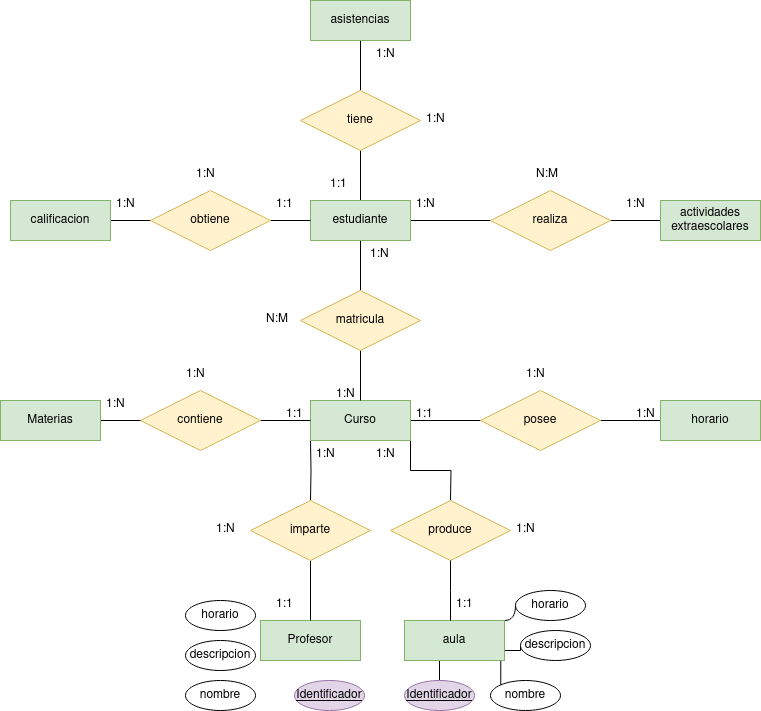
This is Unidad-1/Tareas/Tarea-8/tarea8.drawio.png from jdrguez/2-Daw, a draw.io export, as it was before one commit. Source tidied: cells renumbered, new cells last; positions are measured from the earlier drawing's top-left corner, leaving out a move shared by most shapes.
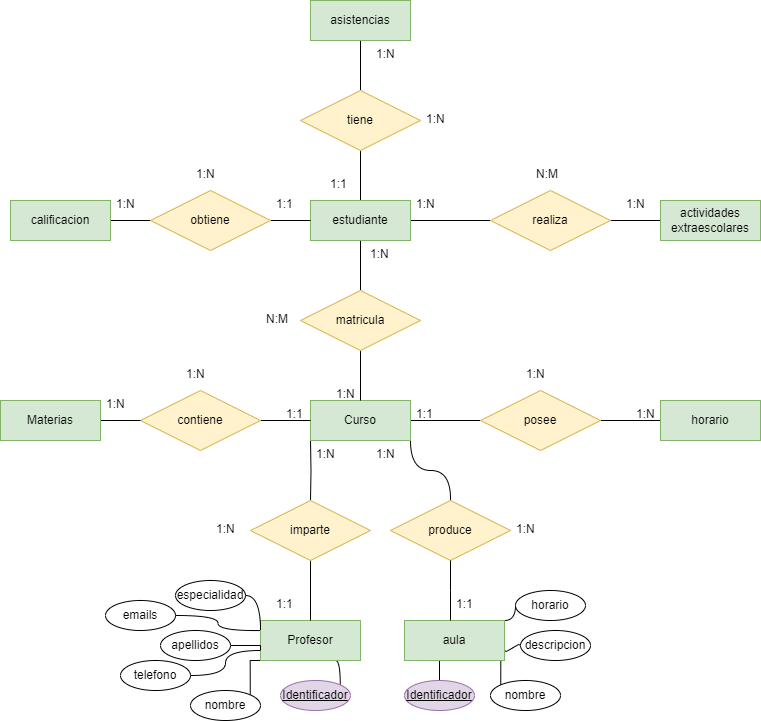
Above is the later version.

What changed in the source:
```diff
@@ -10,7 +10,7 @@
         <mxPoint x="310" y="440" as="sourcePoint" />
       </mxGeometry>
     </mxCell>
-    <mxCell id="4" style="edgeStyle=orthogonalEdgeStyle;rounded=0;jettySize=auto;html=1;exitX=1;exitY=1;exitDx=0;exitDy=0;endArrow=none;endFill=0;" parent="1" edge="1" source="5">
+    <mxCell id="4" style="edgeStyle=orthogonalEdgeStyle;rounded=0;jettySize=auto;html=1;exitX=1;exitY=1;exitDx=0;exitDy=0;endArrow=none;endFill=0;curved=1;" parent="1" edge="1" source="5">
       <mxGeometry relative="1" as="geometry">
         <mxPoint x="450" y="500" as="targetPoint" />
       </mxGeometry>
@@ -36,6 +36,12 @@
     <mxCell id="11" value="matricula" style="shape=rhombus;perimeter=rhombusPerimeter;whiteSpace=wrap;html=1;align=center;fillColor=#fff2cc;strokeColor=#d6b656;" parent="1" vertex="1">
       <mxGeometry x="300" y="290" width="120" height="60" as="geometry" />
     </mxCell>
+    <mxCell id="71" style="edgeStyle=orthogonalEdgeStyle;rounded=0;jettySize=auto;html=1;exitX=0.75;exitY=1;exitDx=0;exitDy=0;entryX=1;entryY=0;entryDx=0;entryDy=0;endArrow=none;endFill=0;curved=1;" parent="1" edge="1" source="12" target="67">
+      <mxGeometry relative="1" as="geometry" />
+    </mxCell>
+    <mxCell id="72" style="edgeStyle=orthogonalEdgeStyle;rounded=0;jettySize=auto;html=1;exitX=0;exitY=1;exitDx=0;exitDy=0;entryX=1;entryY=0;entryDx=0;entryDy=0;endArrow=none;endFill=0;" parent="1" edge="1" source="12" target="68">
+      <mxGeometry relative="1" as="geometry" />
+    </mxCell>
     <mxCell id="12" value="Profesor" style="whiteSpace=wrap;html=1;align=center;fillColor=#d5e8d4;strokeColor=#82b366;" parent="1" vertex="1">
       <mxGeometry x="260" y="620" width="100" height="40" as="geometry" />
     </mxCell>
@@ -93,7 +99,7 @@
     <mxCell id="30" style="edgeStyle=orthogonalEdgeStyle;rounded=0;jettySize=auto;html=1;exitX=1;exitY=1;exitDx=0;exitDy=0;entryX=0;entryY=0;entryDx=0;entryDy=0;endArrow=none;endFill=0;" parent="1" edge="1" source="33" target="64">
       <mxGeometry relative="1" as="geometry" />
     </mxCell>
-    <mxCell id="31" style="edgeStyle=orthogonalEdgeStyle;rounded=0;jettySize=auto;html=1;exitX=1;exitY=0.75;exitDx=0;exitDy=0;entryX=0;entryY=0.5;entryDx=0;entryDy=0;endArrow=none;endFill=0;" parent="1" edge="1" source="33" target="65">
+    <mxCell id="31" style="edgeStyle=isometricEdgeStyle;rounded=0;jettySize=auto;html=1;exitX=1;exitY=0.75;exitDx=0;exitDy=0;entryX=0;entryY=0.5;entryDx=0;entryDy=0;endArrow=none;endFill=0;elbow=vertical;" parent="1" edge="1" source="33" target="65">
       <mxGeometry relative="1" as="geometry" />
     </mxCell>
     <mxCell id="32" style="edgeStyle=orthogonalEdgeStyle;rounded=0;jettySize=auto;html=1;exitX=1;exitY=0;exitDx=0;exitDy=0;entryX=0;entryY=0.5;entryDx=0;entryDy=0;endArrow=none;endFill=0;curved=1;" parent="1" edge="1" source="33" target="66">
@@ -204,16 +210,36 @@
       <mxGeometry x="515" y="590" width="70" height="30" as="geometry" />
     </mxCell>
     <mxCell id="67" value="&lt;u&gt;Identificador&lt;/u&gt;" style="ellipse;whiteSpace=wrap;html=1;align=center;fillColor=#e1d5e7;strokeColor=#9673a6;" parent="1" vertex="1">
-      <mxGeometry x="294" y="680" width="70" height="30" as="geometry" />
+      <mxGeometry x="280" y="680" width="70" height="30" as="geometry" />
     </mxCell>
     <mxCell id="68" value="nombre" style="ellipse;whiteSpace=wrap;html=1;align=center;" parent="1" vertex="1">
-      <mxGeometry x="185" y="680" width="70" height="30" as="geometry" />
+      <mxGeometry x="190" y="690" width="70" height="30" as="geometry" />
     </mxCell>
+    <mxCell id="73" style="edgeStyle=orthogonalEdgeStyle;rounded=0;jettySize=auto;html=1;exitX=1;exitY=0.5;exitDx=0;exitDy=0;entryX=0;entryY=0.75;entryDx=0;entryDy=0;endArrow=none;endFill=0;" parent="1" edge="1" source="69" target="12">
+      <mxGeometry relative="1" as="geometry" />
+    </mxCell>
-    <mxCell id="69" value="descripcion" style="ellipse;whiteSpace=wrap;html=1;align=center;" parent="1" vertex="1">
-      <mxGeometry x="185" y="640" width="70" height="30" as="geometry" />
+    <mxCell id="69" value="apellidos" style="ellipse;whiteSpace=wrap;html=1;align=center;" parent="1" vertex="1">
+      <mxGeometry x="160" y="630" width="70" height="30" as="geometry" />
     </mxCell>
+    <mxCell id="74" style="edgeStyle=orthogonalEdgeStyle;rounded=0;jettySize=auto;html=1;exitX=1;exitY=0.5;exitDx=0;exitDy=0;entryX=0;entryY=0.25;entryDx=0;entryDy=0;endArrow=none;endFill=0;curved=1;" parent="1" edge="1" source="70" target="12">
+      <mxGeometry relative="1" as="geometry" />
+    </mxCell>
-    <mxCell id="70" value="horario" style="ellipse;whiteSpace=wrap;html=1;align=center;" parent="1" vertex="1">
-      <mxGeometry x="185" y="600" width="70" height="30" as="geometry" />
+    <mxCell id="70" value="especialidad" style="ellipse;whiteSpace=wrap;html=1;align=center;" parent="1" vertex="1">
+      <mxGeometry x="175" y="580" width="70" height="30" as="geometry" />
     </mxCell>
+    <mxCell id="75" style="edgeStyle=orthogonalEdgeStyle;rounded=0;jettySize=auto;html=1;exitX=1;exitY=0.5;exitDx=0;exitDy=0;entryX=0;entryY=0.75;entryDx=0;entryDy=0;curved=1;endArrow=none;endFill=0;" parent="1" edge="1" source="76" target="12">
+      <mxGeometry relative="1" as="geometry" />
+    </mxCell>
+    <mxCell id="76" value="telefono" style="ellipse;whiteSpace=wrap;html=1;align=center;" parent="1" vertex="1">
+      <mxGeometry x="120" y="660" width="70" height="30" as="geometry" />
+    </mxCell>
+    <mxCell id="77" style="edgeStyle=orthogonalEdgeStyle;rounded=0;jettySize=auto;html=1;exitX=1;exitY=0.5;exitDx=0;exitDy=0;curved=1;endArrow=none;endFill=0;" parent="1" edge="1" source="78">
+      <mxGeometry relative="1" as="geometry">
+        <mxPoint x="260" y="630" as="targetPoint" />
+      </mxGeometry>
+    </mxCell>
+    <mxCell id="78" value="emails" style="ellipse;whiteSpace=wrap;html=1;align=center;" parent="1" vertex="1">
+      <mxGeometry x="105" y="600" width="70" height="30" as="geometry" />
+    </mxCell>
   </root>
 </mxGraphModel>
```
